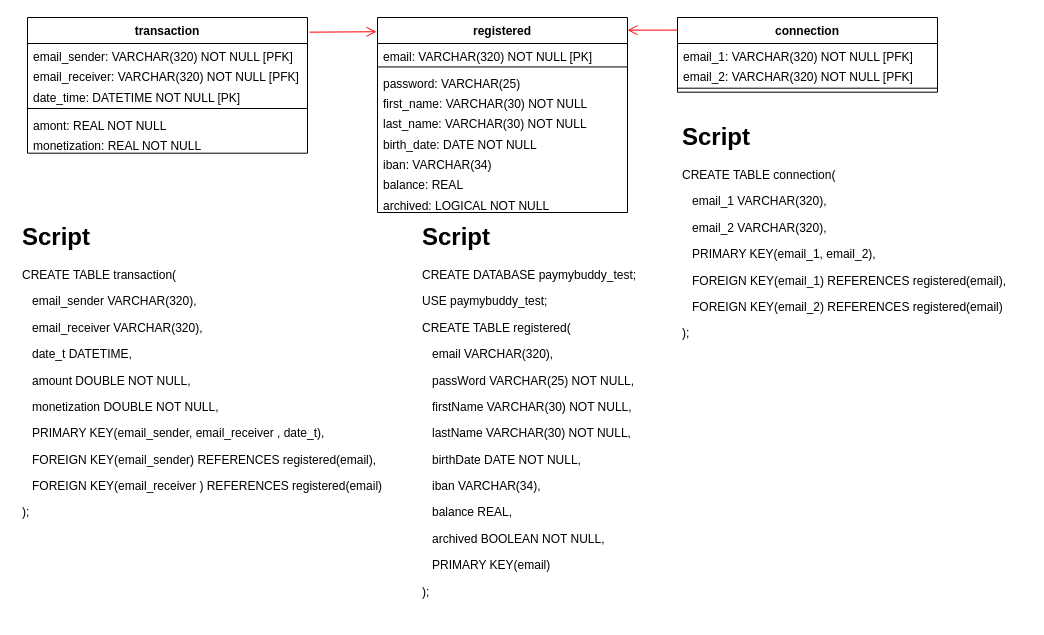
Earlier version of the draw.io diagram page "MPD" (3 of 3) of UML/payMyBuddyUML.drawio (emmo78/com.paymybuddy.paymybuddy). Source tidied: cells renumbered, new cells numbered last; positions are measured from the earlier drawing's top-left corner, leaving out a move shared by most shapes. Both pictures are drawn from the tidied source at 100%, with x=0, y=0 at pixel (17, 17).
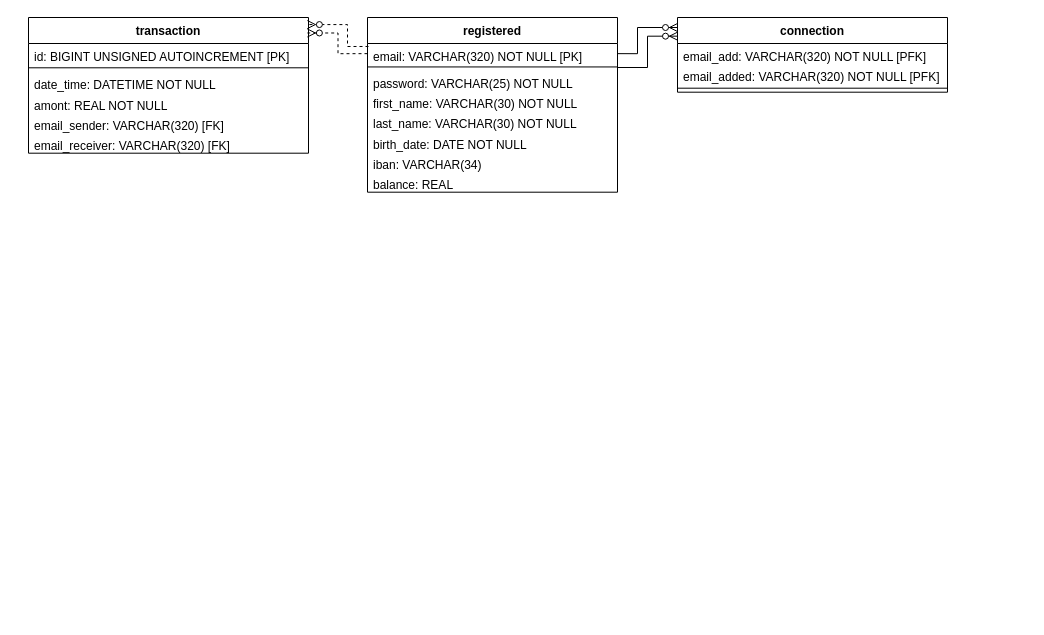
After the change.

The change refers to these unchanged cells:
```xml
<mxCell id="14" value="email: VARCHAR(320) NOT NULL [PK]" style="text;strokeColor=none;fillColor=none;align=left;verticalAlign=top;spacingLeft=4;spacingRight=4;overflow=hidden;points=[[0,0.5],[1,0.5]];portConstraint=eastwest;" parent="13" vertex="1">
  <mxGeometry y="26" width="250" height="20.3" as="geometry" />
</mxCell>
```

Change to the diagram source:
```diff
@@
     <mxCell id="2" value="transaction" style="swimlane;fontStyle=1;align=center;verticalAlign=top;horizontal=1;startSize=26;" parent="1" vertex="1">
-      <mxGeometry x="10" width="280" height="135.7" as="geometry" />
+      <mxGeometry x="11" width="280" height="135.7" as="geometry" />
     </mxCell>
+    <mxCell id="5" value="id: BIGINT UNSIGNED AUTOINCREMENT [PK]" style="text;strokeColor=none;fillColor=none;align=left;verticalAlign=top;spacingLeft=4;spacingRight=4;overflow=hidden;" parent="2" vertex="1">
+      <mxGeometry y="26" width="280" height="20.3" as="geometry" />
+    </mxCell>
+    <mxCell id="6" style="line;strokeWidth=1;fillColor=none;align=left;verticalAlign=middle;spacingTop=-1;spacingLeft=3;spacingRight=3;labelPosition=right;" parent="2" vertex="1">
+      <mxGeometry y="46.3" width="280" height="8" as="geometry" />
+    </mxCell>
+    <mxCell id="28" value="date_time: DATETIME NOT NULL " style="text;strokeColor=none;fillColor=none;align=left;verticalAlign=top;spacingLeft=4;spacingRight=4;overflow=hidden;" parent="2" vertex="1">
+      <mxGeometry y="54.3" width="280" height="20.3" as="geometry" />
+    </mxCell>
+    <mxCell id="7" value="amont: REAL NOT NULL" style="text;strokeColor=none;fillColor=none;align=left;verticalAlign=top;spacingLeft=4;spacingRight=4;overflow=hidden;" parent="2" vertex="1">
+      <mxGeometry y="74.7" width="280" height="20.3" as="geometry" />
+    </mxCell>
-    <mxCell id="3" value="email_sender: VARCHAR(320) NOT NULL [PFK]" style="text;strokeColor=none;fillColor=none;align=left;verticalAlign=top;spacingLeft=4;spacingRight=4;overflow=hidden;" parent="2" vertex="1">
-      <mxGeometry y="26" width="280" height="20.3" as="geometry" />
+    <mxCell id="3" value="email_sender: VARCHAR(320) [FK]" style="text;strokeColor=none;fillColor=none;align=left;verticalAlign=top;spacingLeft=4;spacingRight=4;overflow=hidden;" parent="2" vertex="1">
+      <mxGeometry y="95" width="280" height="20.3" as="geometry" />
     </mxCell>
-    <mxCell id="4" value="email_receiver: VARCHAR(320) NOT NULL [PFK]" style="text;strokeColor=none;fillColor=none;align=left;verticalAlign=top;spacingLeft=4;spacingRight=4;overflow=hidden;" parent="2" vertex="1">
-      <mxGeometry y="46.3" width="280" height="20.3" as="geometry" />
+    <mxCell id="4" value="email_receiver: VARCHAR(320) [FK]" style="text;strokeColor=none;fillColor=none;align=left;verticalAlign=top;spacingLeft=4;spacingRight=4;overflow=hidden;" parent="2" vertex="1">
+      <mxGeometry y="115.4" width="280" height="20.3" as="geometry" />
     </mxCell>
-    <mxCell id="5" value="date_time: DATETIME NOT NULL [PK]" style="text;strokeColor=none;fillColor=none;align=left;verticalAlign=top;spacingLeft=4;spacingRight=4;overflow=hidden;" parent="2" vertex="1">
-      <mxGeometry y="66.7" width="280" height="20.3" as="geometry" />
-    </mxCell>
-    <mxCell id="6" style="line;strokeWidth=1;fillColor=none;align=left;verticalAlign=middle;spacingTop=-1;spacingLeft=3;spacingRight=3;labelPosition=right;" parent="2" vertex="1">
-      <mxGeometry y="87" width="280" height="8" as="geometry" />
-    </mxCell>
-    <mxCell id="7" value="amont: REAL NOT NULL" style="text;strokeColor=none;fillColor=none;align=left;verticalAlign=top;spacingLeft=4;spacingRight=4;overflow=hidden;" parent="2" vertex="1">
-      <mxGeometry y="95" width="280" height="20.3" as="geometry" />
-    </mxCell>
-    <mxCell id="8" value="monetization: REAL NOT NULL" style="text;strokeColor=none;fillColor=none;align=left;verticalAlign=top;spacingLeft=4;spacingRight=4;overflow=hidden;" parent="2" vertex="1">
-      <mxGeometry y="115.4" width="280" height="20.3" as="geometry" />
-    </mxCell>
     <mxCell id="9" value="connection" style="swimlane;fontStyle=1;align=center;verticalAlign=top;horizontal=1;startSize=26;" parent="1" vertex="1">
-      <mxGeometry x="660" width="260" height="74.7" as="geometry" />
+      <mxGeometry x="660" width="270" height="74.7" as="geometry" />
     </mxCell>
-    <mxCell id="10" value="email_1: VARCHAR(320) NOT NULL [PFK]" style="text;strokeColor=none;fillColor=none;align=left;verticalAlign=top;spacingLeft=4;spacingRight=4;overflow=hidden;" parent="9" vertex="1">
-      <mxGeometry y="26" width="260" height="20.3" as="geometry" />
+    <mxCell id="10" value="email_add: VARCHAR(320) NOT NULL [PFK]" style="text;strokeColor=none;fillColor=none;align=left;verticalAlign=top;spacingLeft=4;spacingRight=4;overflow=hidden;" parent="9" vertex="1">
+      <mxGeometry y="26" width="270" height="20.3" as="geometry" />
     </mxCell>
-    <mxCell id="11" value="email_2: VARCHAR(320) NOT NULL [PFK]" style="text;strokeColor=none;fillColor=none;align=left;verticalAlign=top;spacingLeft=4;spacingRight=4;overflow=hidden;" parent="9" vertex="1">
-      <mxGeometry y="46.3" width="260" height="20.3" as="geometry" />
+    <mxCell id="11" value="email_added: VARCHAR(320) NOT NULL [PFK]" style="text;strokeColor=none;fillColor=none;align=left;verticalAlign=top;spacingLeft=4;spacingRight=4;overflow=hidden;" parent="9" vertex="1">
+      <mxGeometry y="46.3" width="270" height="20.3" as="geometry" />
     </mxCell>
     <mxCell id="12" style="line;strokeWidth=1;fillColor=none;align=left;verticalAlign=middle;spacingTop=-1;spacingLeft=3;spacingRight=3;labelPosition=right;" parent="9" vertex="1">
-      <mxGeometry y="66.7" width="260" height="8" as="geometry" />
+      <mxGeometry y="66.7" width="270" height="8" as="geometry" />
     </mxCell>
     <mxCell id="13" value="registered" style="swimlane;fontStyle=1;align=center;verticalAlign=top;horizontal=1;startSize=26;" parent="1" vertex="1">
-      <mxGeometry x="360" width="250" height="195" as="geometry" />
+      <mxGeometry x="350" width="250" height="174.7" as="geometry" />
     </mxCell>
@@
-    <mxCell id="16" value="password: VARCHAR(25)" style="text;strokeColor=none;fillColor=none;align=left;verticalAlign=top;spacingLeft=4;spacingRight=4;overflow=hidden;points=[[0,0.5],[1,0.5]];portConstraint=eastwest;" parent="13" vertex="1">
+    <mxCell id="16" value="password: VARCHAR(25) NOT NULL" style="text;strokeColor=none;fillColor=none;align=left;verticalAlign=top;spacingLeft=4;spacingRight=4;overflow=hidden;points=[[0,0.5],[1,0.5]];portConstraint=eastwest;" parent="13" vertex="1">
       <mxGeometry y="52.6" width="250" height="20.3" as="geometry" />
     </mxCell>
@@
-    <mxCell id="22" value="archived: LOGICAL NOT NULL" style="text;strokeColor=none;fillColor=none;align=left;verticalAlign=top;spacingLeft=4;spacingRight=4;overflow=hidden;" parent="13" vertex="1">
-      <mxGeometry y="174.7" width="250" height="20.3" as="geometry" />
-    </mxCell>
-    <mxCell id="23" style="endArrow=open;startArrow=none;endFill=0;startFill=0;endSize=8;html=1;verticalAlign=bottom;labelBackgroundColor=none;strokeWidth=1;rounded=0;strokeColor=#FF0000;exitX=1.007;exitY=0.108;exitDx=0;exitDy=0;exitPerimeter=0;entryX=-0.004;entryY=0.073;entryDx=0;entryDy=0;entryPerimeter=0;" parent="1" edge="1" source="2" target="13">
-      <mxGeometry relative="1" as="geometry" />
-    </mxCell>
-    <mxCell id="24" style="endArrow=open;startArrow=none;endFill=0;startFill=0;endSize=8;html=1;verticalAlign=bottom;labelBackgroundColor=none;strokeWidth=1;rounded=0;strokeColor=#FF0000;exitX=-0.002;exitY=0.169;exitDx=0;exitDy=0;exitPerimeter=0;entryX=1;entryY=0.065;entryDx=0;entryDy=0;entryPerimeter=0;" parent="1" edge="1" source="9" target="13">
-      <mxGeometry relative="1" as="geometry" />
-    </mxCell>
-    <mxCell id="25" value="&lt;h1&gt;Script&lt;/h1&gt;&lt;p&gt;CREATE DATABASE paymybuddy_test;&lt;/p&gt;&lt;p&gt;USE&amp;nbsp;paymybuddy_test;&lt;/p&gt;&lt;p&gt;CREATE TABLE registered(&lt;/p&gt;&lt;p&gt;&amp;nbsp; &amp;nbsp;email VARCHAR(320),&lt;/p&gt;&lt;p&gt;&amp;nbsp; &amp;nbsp;passWord VARCHAR(25) NOT NULL,&lt;/p&gt;&lt;p&gt;&amp;nbsp; &amp;nbsp;firstName VARCHAR(30) NOT NULL,&lt;/p&gt;&lt;p&gt;&amp;nbsp; &amp;nbsp;lastName VARCHAR(30) NOT NULL,&lt;/p&gt;&lt;p&gt;&amp;nbsp; &amp;nbsp;birthDate DATE NOT NULL,&lt;/p&gt;&lt;p&gt;&amp;nbsp; &amp;nbsp;iban VARCHAR(34),&lt;/p&gt;&lt;p&gt;&amp;nbsp; &amp;nbsp;balance REAL,&lt;/p&gt;&lt;p&gt;&amp;nbsp; &amp;nbsp;archived BOOLEAN NOT NULL,&lt;/p&gt;&lt;p&gt;&amp;nbsp; &amp;nbsp;PRIMARY KEY(email)&lt;/p&gt;&lt;p&gt;);&lt;/p&gt;" style="text;html=1;strokeColor=none;fillColor=none;spacing=5;spacingTop=-20;whiteSpace=wrap;overflow=hidden;rounded=0;" parent="1" vertex="1">
-      <mxGeometry x="400" y="200" width="245" height="400" as="geometry" />
-    </mxCell>
-    <mxCell id="26" value="&lt;h1&gt;Script&lt;/h1&gt;&lt;p&gt;CREATE TABLE connection(&lt;/p&gt;&lt;p&gt;&amp;nbsp; &amp;nbsp;email_1&amp;nbsp;VARCHAR(320),&lt;/p&gt;&lt;p&gt;&amp;nbsp; &amp;nbsp;email_2 VARCHAR(320),&lt;/p&gt;&lt;p&gt;&amp;nbsp; &amp;nbsp;PRIMARY KEY(email_1, email_2),&lt;/p&gt;&lt;p&gt;&amp;nbsp; &amp;nbsp;FOREIGN KEY(email_1) REFERENCES registered(email),&lt;/p&gt;&lt;p&gt;&amp;nbsp; &amp;nbsp;FOREIGN KEY(email_2) REFERENCES registered(email)&lt;/p&gt;&lt;p&gt;);&lt;/p&gt;&lt;div&gt;&lt;br&gt;&lt;/div&gt;" style="text;html=1;strokeColor=none;fillColor=none;spacing=5;spacingTop=-20;whiteSpace=wrap;overflow=hidden;rounded=0;" parent="1" vertex="1">
-      <mxGeometry x="660" y="100" width="350" height="230" as="geometry" />
-    </mxCell>
-    <mxCell id="27" value="&lt;h1&gt;Script&lt;/h1&gt;&lt;p&gt;CREATE TABLE transaction(&lt;/p&gt;&lt;p&gt;&amp;nbsp; &amp;nbsp;email_sender VARCHAR(320),&lt;/p&gt;&lt;p&gt;&amp;nbsp; &amp;nbsp;email_receiver VARCHAR(320),&lt;/p&gt;&lt;p&gt;&amp;nbsp; &amp;nbsp;date_t DATETIME,&lt;/p&gt;&lt;p&gt;&amp;nbsp; &amp;nbsp;amount DOUBLE NOT NULL,&lt;/p&gt;&lt;p&gt;&amp;nbsp; &amp;nbsp;monetization DOUBLE NOT NULL,&lt;/p&gt;&lt;p&gt;&amp;nbsp; &amp;nbsp;PRIMARY KEY(email_sender, email_receiver , date_t),&lt;/p&gt;&lt;p&gt;&amp;nbsp; &amp;nbsp;FOREIGN KEY(email_sender) REFERENCES registered(email),&lt;/p&gt;&lt;p&gt;&amp;nbsp; &amp;nbsp;FOREIGN KEY(email_receiver&amp;nbsp;) REFERENCES registered(email)&lt;/p&gt;&lt;p&gt;);&lt;/p&gt;&lt;div&gt;&lt;br&gt;&lt;/div&gt;" style="text;html=1;strokeColor=none;fillColor=none;spacing=5;spacingTop=-20;whiteSpace=wrap;overflow=hidden;rounded=0;" parent="1" vertex="1">
-      <mxGeometry y="200" width="380" height="330" as="geometry" />
-    </mxCell>
+    <mxCell id="29" style="fontSize=12;html=1;endArrow=ERzeroToMany;endFill=1;rounded=0;strokeColor=#000000;entryX=0;entryY=0.134;entryDx=0;entryDy=0;entryPerimeter=0;exitX=1;exitY=0.5;exitDx=0;exitDy=0;edgeStyle=orthogonalEdgeStyle;" parent="1" edge="1" source="14" target="9">
+      <mxGeometry relative="1" as="geometry">
+        <Array as="points">
+          <mxPoint x="620" y="36" />
+          <mxPoint x="620" y="10" />
+        </Array>
+      </mxGeometry>
+    </mxCell>
+    <mxCell id="30" style="fontSize=12;html=1;endArrow=ERzeroToMany;endFill=1;rounded=0;strokeColor=#000000;entryX=0;entryY=0.25;entryDx=0;entryDy=0;exitX=1;exitY=-0.128;exitDx=0;exitDy=0;exitPerimeter=0;edgeStyle=orthogonalEdgeStyle;" parent="1" edge="1" source="16" target="9">
+      <mxGeometry relative="1" as="geometry" />
+    </mxCell>
+    <mxCell id="31" style="fontSize=12;html=1;endArrow=ERzeroToMany;endFill=1;rounded=0;strokeColor=#000000;entryX=0.996;entryY=0.052;entryDx=0;entryDy=0;exitX=0.004;exitY=0.147;exitDx=0;exitDy=0;exitPerimeter=0;entryPerimeter=0;dashed=1;edgeStyle=orthogonalEdgeStyle;" parent="1" edge="1" source="14" target="2">
+      <mxGeometry relative="1" as="geometry">
+        <Array as="points">
+          <mxPoint x="330" y="29" />
+          <mxPoint x="330" y="7" />
+        </Array>
+      </mxGeometry>
+    </mxCell>
+    <mxCell id="32" style="fontSize=12;html=1;endArrow=ERzeroToMany;endFill=1;rounded=0;strokeColor=#000000;entryX=0.996;entryY=0.114;entryDx=0;entryDy=0;entryPerimeter=0;dashed=1;exitX=0;exitY=0.5;exitDx=0;exitDy=0;edgeStyle=orthogonalEdgeStyle;" parent="1" edge="1" source="14" target="2">
+      <mxGeometry relative="1" as="geometry" />
+    </mxCell>
```
